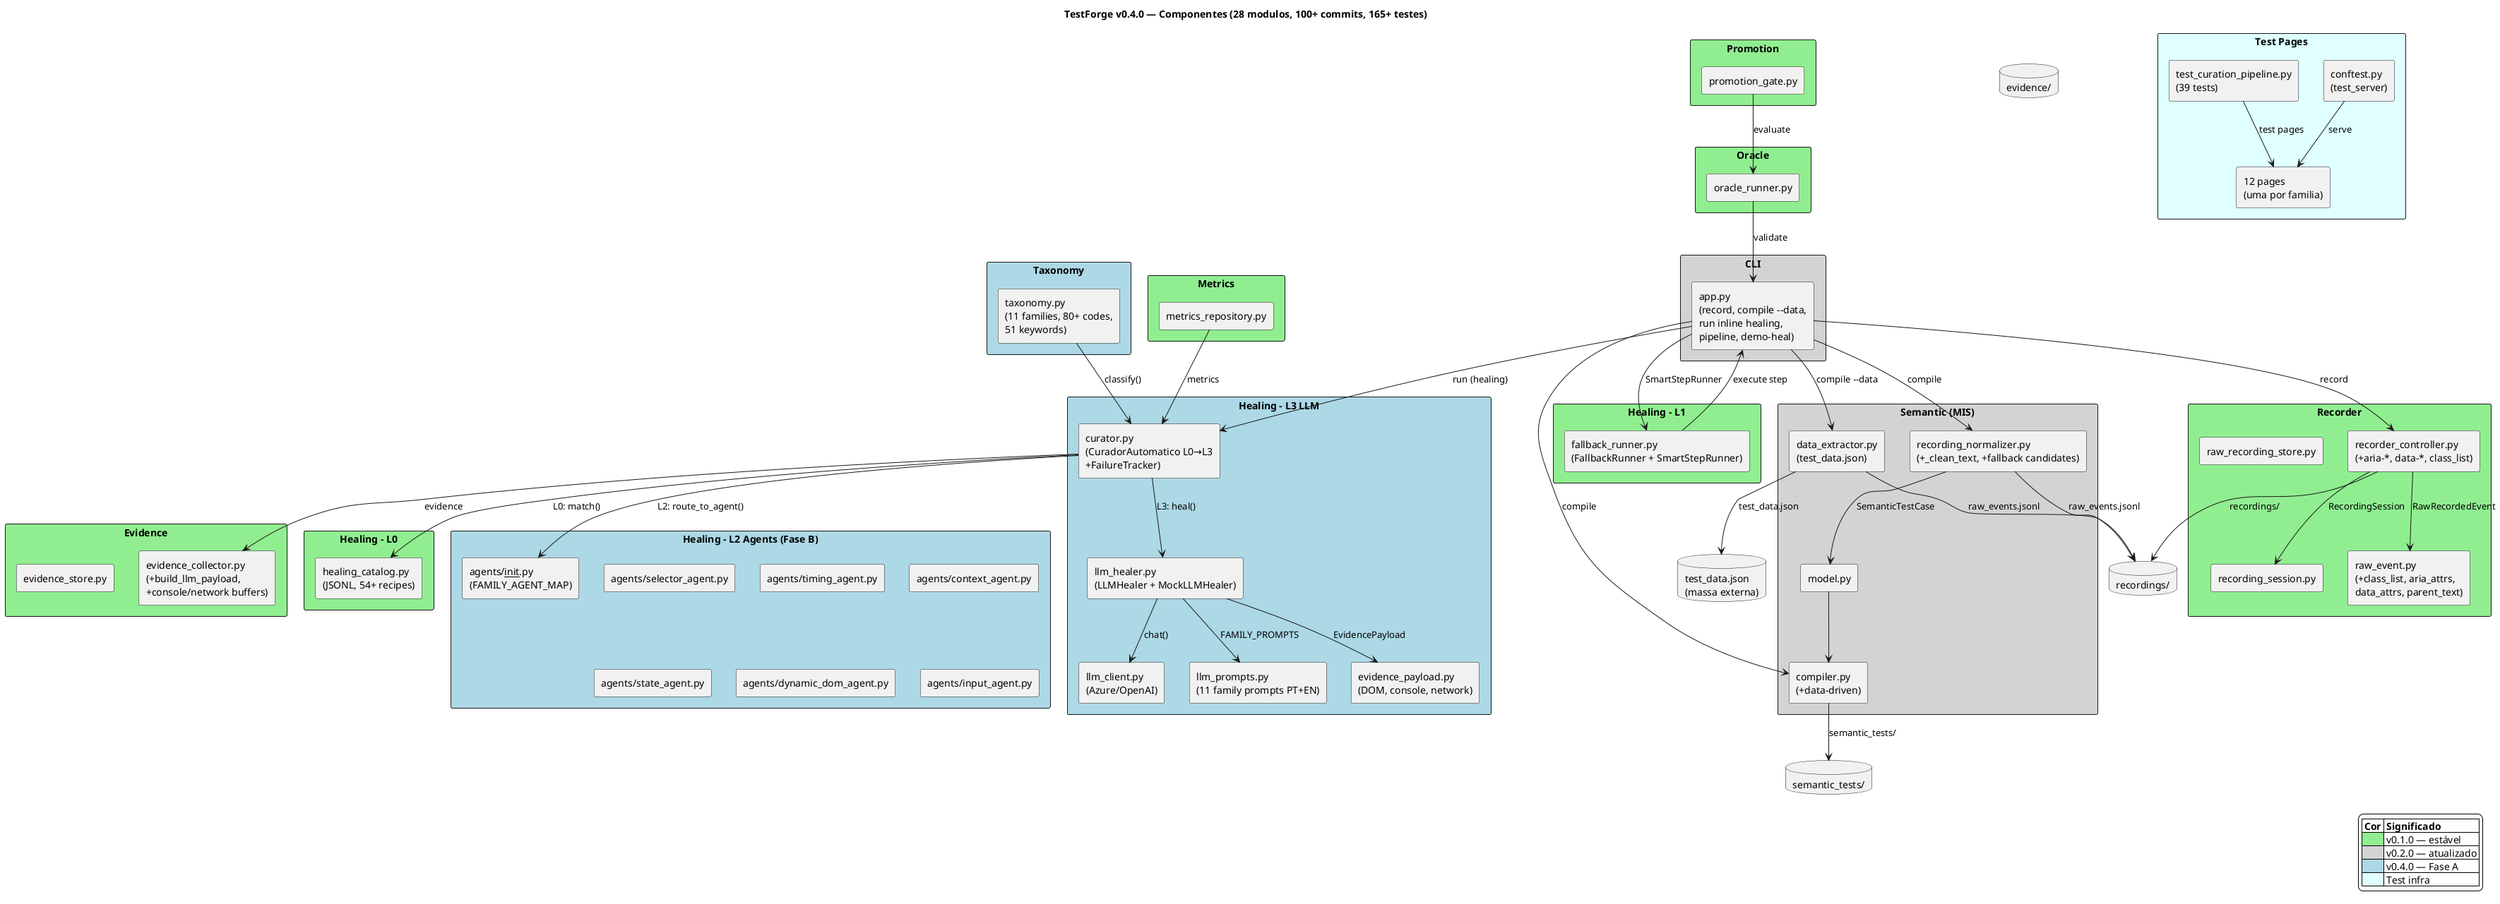
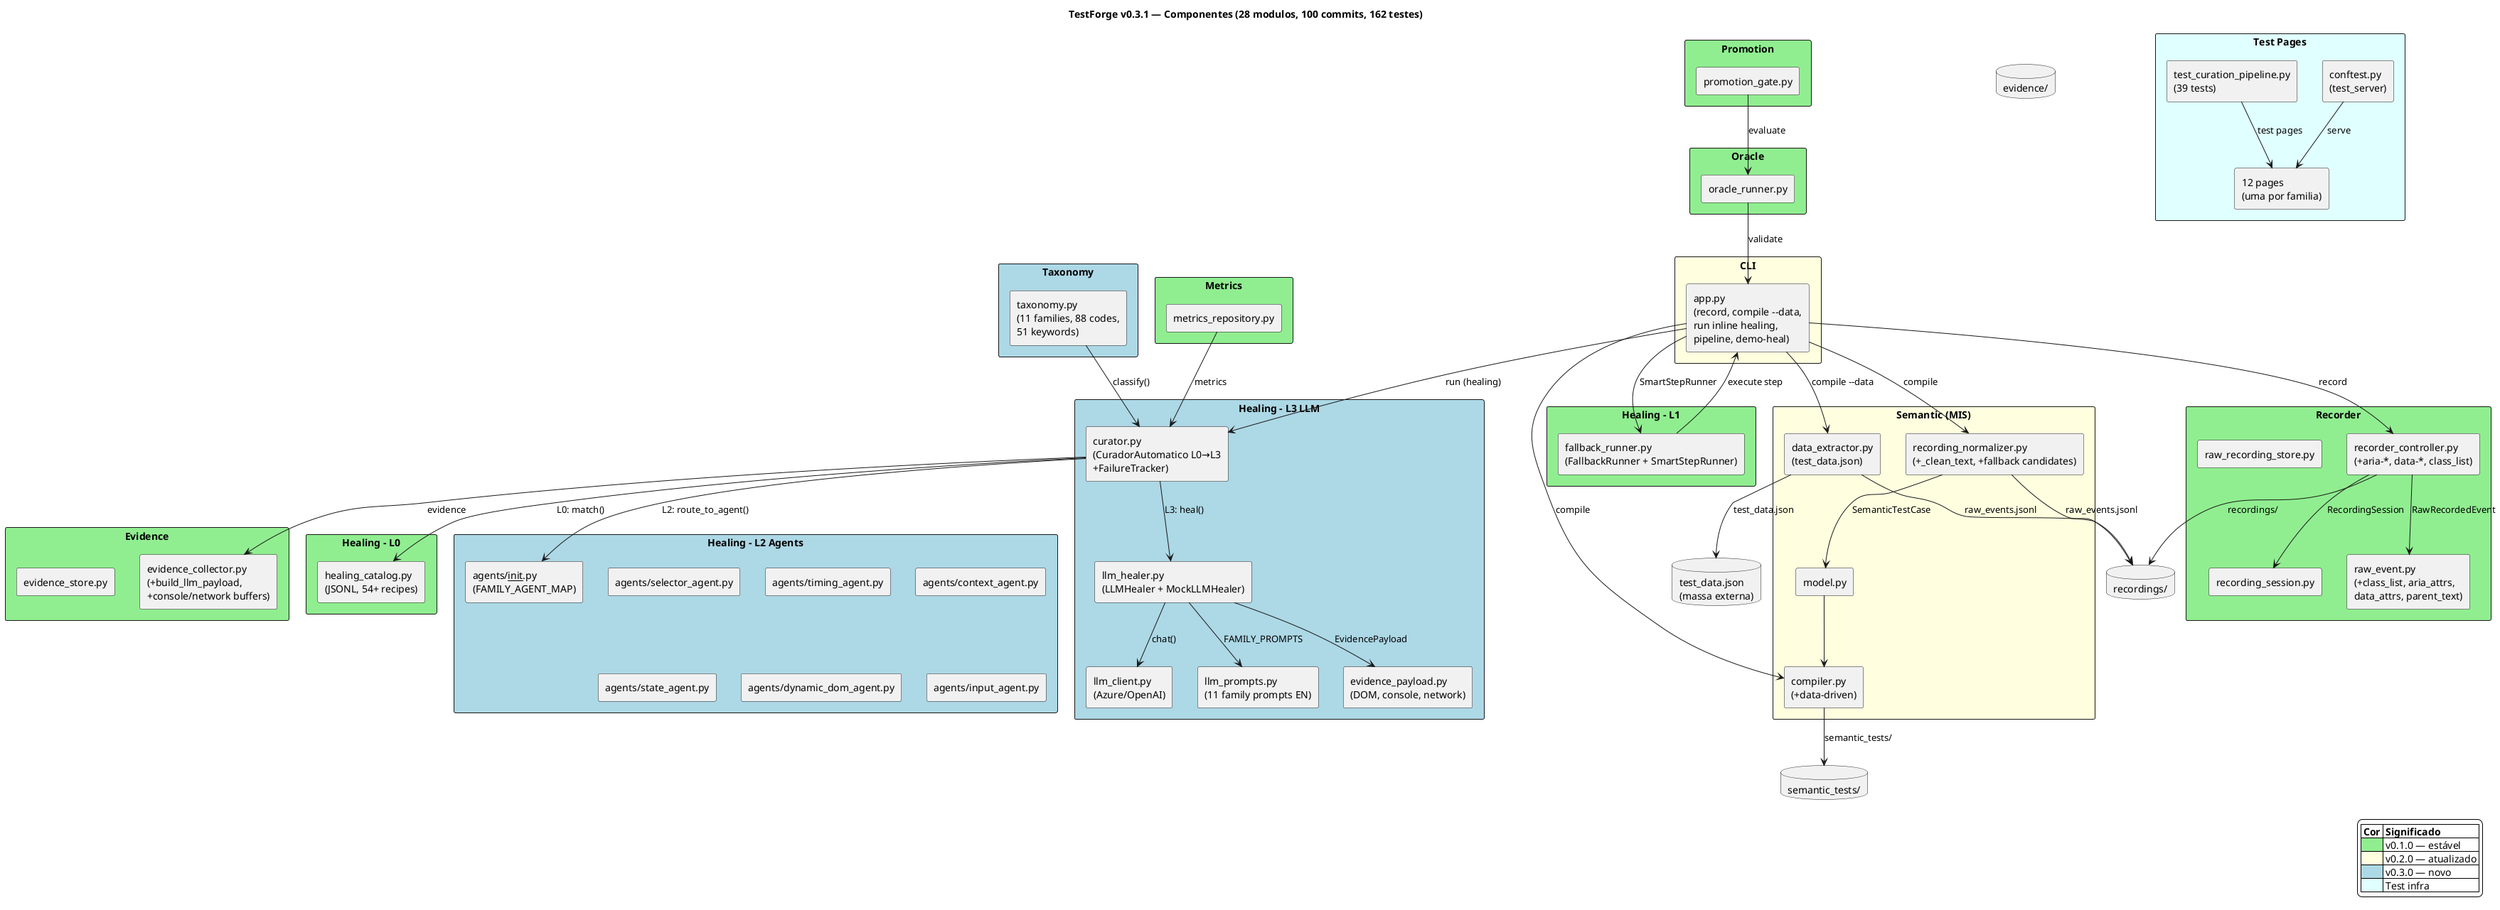
@startuml
- title TestForge v0.4.0 — Componentes (28 modulos, 100+ commits, 165+ testes)
+ title TestForge v0.3.1 — Componentes (28 modulos, 100 commits, 162 testes)

skinparam packageStyle rectangle
skinparam backgroundColor #FFFFFF
skinparam componentStyle rectangle

' === CLI ===
- package "CLI" as cli #LightGray {
+ package "CLI" as cli #LightYellow {
  [app.py\n(record, compile --data,\nrun inline healing,\npipeline, demo-heal)] as App
}

' === Recorder ===
package "Recorder" as recorder #LightGreen {
  [recorder_controller.py\n(+aria-*, data-*, class_list)] as RC
  [recording_session.py] as RS
  [raw_event.py\n(+class_list, aria_attrs,\ndata_attrs, parent_text)] as RE
  [raw_recording_store.py] as RRS
}

' === Evidence ===
package "Evidence" as evidence #LightGreen {
  [evidence_collector.py\n(+build_llm_payload,\n+console/network buffers)] as EC
  [evidence_store.py] as ES
}

' === Semantic (MIS) ===
- package "Semantic (MIS)" as semantic #LightGray {
+ package "Semantic (MIS)" as semantic #LightYellow {
  [model.py] as Model
  [recording_normalizer.py\n(+_clean_text, +fallback candidates)] as RN
  [compiler.py\n(+data-driven)] as Compiler
  [data_extractor.py\n(test_data.json)] as DE
}

' === Healing L0-L3 ===
package "Healing - L0" as l0 #LightGreen {
  [healing_catalog.py\n(JSONL, 54+ recipes)] as HC
}

package "Healing - L1" as l1 #LightGreen {
  [fallback_runner.py\n(FallbackRunner + SmartStepRunner)] as FR
}

- package "Healing - L2 Agents (Fase B)" as l2 #LightBlue {
+ package "Healing - L2 Agents" as l2 #LightBlue {
  [agents/__init__.py\n(FAMILY_AGENT_MAP)] as AG
  [agents/selector_agent.py] as SA
  [agents/timing_agent.py] as TA
  [agents/context_agent.py] as CA
  [agents/state_agent.py] as StA
  [agents/dynamic_dom_agent.py] as DA
  [agents/input_agent.py] as IA
}

package "Healing - L3 LLM" as l3 #LightBlue {
  [llm_healer.py\n(LLMHealer + MockLLMHealer)] as LHealer
  [llm_client.py\n(Azure/OpenAI)] as LClient
-   [llm_prompts.py\n(11 family prompts PT+EN)] as LPrompts
+   [llm_prompts.py\n(11 family prompts EN)] as LPrompts
  [evidence_payload.py\n(DOM, console, network)] as EP
  [curator.py\n(CuradorAutomatico L0→L3\n+FailureTracker)] as Curator
}

' === Oracle + Gate ===
package "Oracle" as oracle #LightGreen {
  [oracle_runner.py] as OR
}

package "Promotion" as promotion #LightGreen {
  [promotion_gate.py] as PG
}

' === Taxonomy ===
package "Taxonomy" as taxonomy #LightBlue {
-   [taxonomy.py\n(11 families, 80+ codes,\n51 keywords)] as TX
+   [taxonomy.py\n(11 families, 88 codes,\n51 keywords)] as TX
}

' === Metrics ===
package "Metrics" as metrics #LightGreen {
  [metrics_repository.py] as MR
}

' === Test Infrastructure ===
package "Test Pages" as tests_pkg #LightCyan {
  [12 pages\n(uma por familia)] as TP
  [test_curation_pipeline.py\n(39 tests)] as TCP
  [conftest.py\n(test_server)] as CF
}

' === Storage ===
database "recordings/" as rec
database "evidence/" as ev
database "semantic_tests/" as st
database "test_data.json\n(massa externa)" as td

' === Connections ===
App --> RC : record
App --> RN : compile
App --> Compiler : compile
App --> DE : compile --data
App --> Curator : run (healing)
App --> FR : SmartStepRunner

RC --> RE : RawRecordedEvent
RC --> RS : RecordingSession
RC --> rec : recordings/

RN --> rec : raw_events.jsonl
RN --> Model : SemanticTestCase
Model --> Compiler
Compiler --> st : semantic_tests/
DE --> rec : raw_events.jsonl
DE --> td : test_data.json

Curator --> HC : L0: match()
Curator --> AG : L2: route_to_agent()
Curator --> LHealer : L3: heal()
LHealer --> LClient : chat()
LHealer --> LPrompts : FAMILY_PROMPTS
LHealer --> EP : EvidencePayload
Curator --> EC : evidence
FR --> App : execute step

TX --> Curator : classify()
OR --> App : validate
PG --> OR : evaluate
MR --> Curator : metrics

TCP --> TP : test pages
CF --> TP : serve

legend right
  |= Cor |= Significado |
  | <#LightGreen> | v0.1.0 — estável |
-   | <#LightGray> | v0.2.0 — atualizado |
-   | <#LightBlue> | v0.4.0 — Fase A |
+   | <#LightYellow> | v0.2.0 — atualizado |
+   | <#LightBlue> | v0.3.0 — novo |
  | <#LightCyan> | Test infra |
endlegend

@enduml
